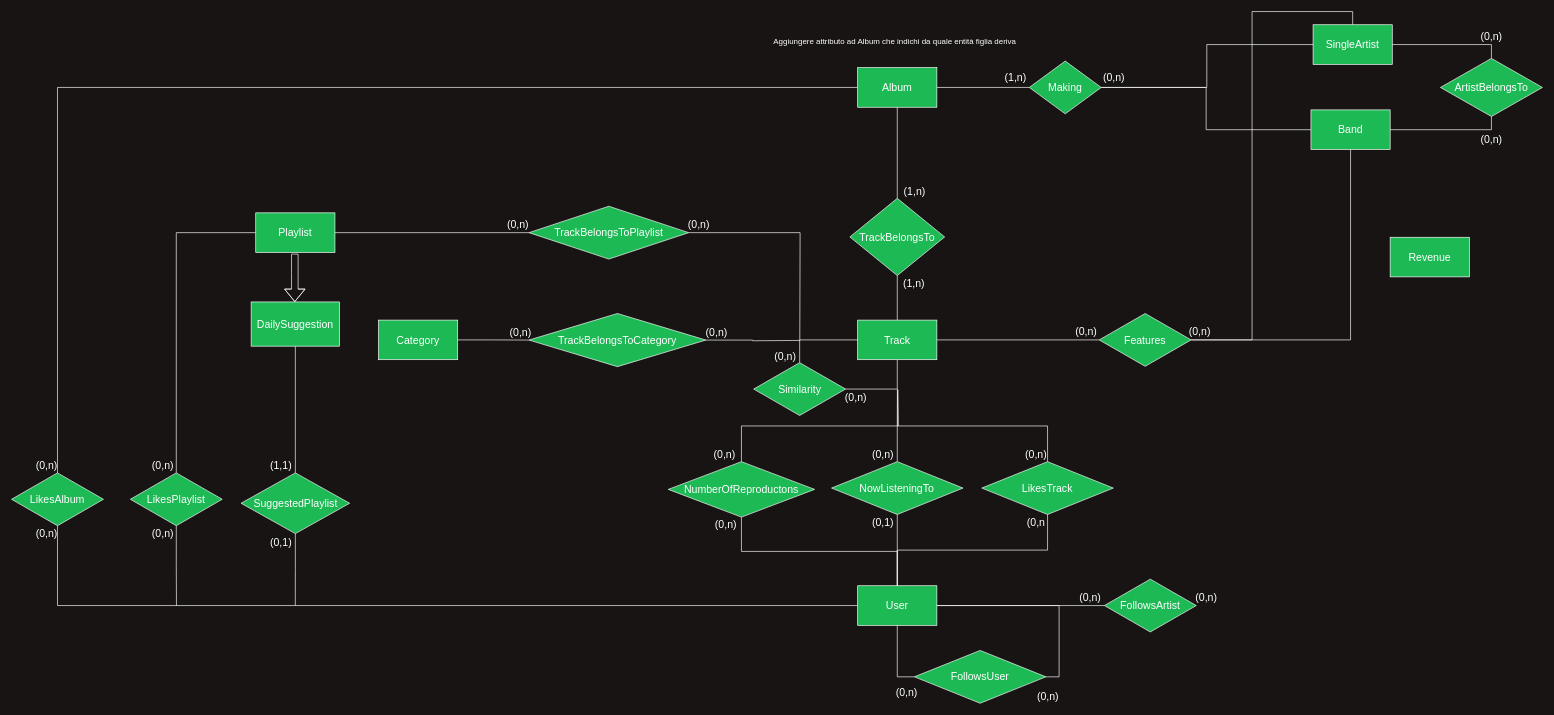
This is Documentazione/Restructured.drawio from gabrycina/spotify-clone, a draw.io file, before an edit. Source tidied: cells renumbered, new cells numbered last; positions are measured from the earlier drawing's top-left corner, leaving out a move shared by most shapes. Both pictures are drawn from the tidied source at 66%, with x=0, y=0 at pixel (11, 24).
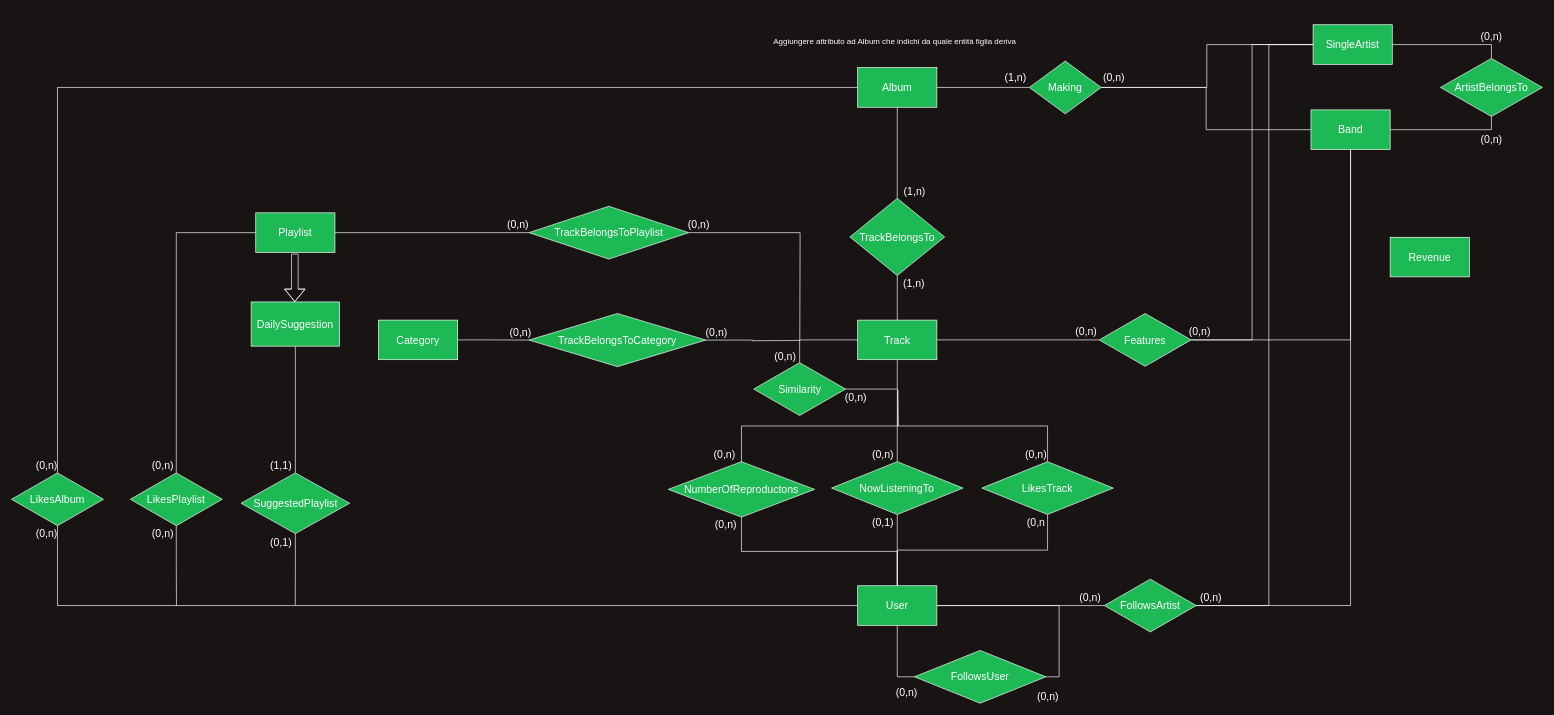
Above is the later version.

The change refers to these unchanged cells:
```xml
<mxCell id="8" value="&lt;font color=&quot;#ffffff&quot; style=&quot;font-size: 16px&quot;&gt;Band&lt;/font&gt;" style="rounded=0;whiteSpace=wrap;html=1;shadow=0;strokeColor=#FFFFFF;fillColor=#1DB954;gradientColor=none;" parent="1" vertex="1">
  <mxGeometry x="1968.8" y="129" width="120" height="60" as="geometry" />
</mxCell>
<mxCell id="12" value="&lt;font color=&quot;#ffffff&quot; style=&quot;font-size: 16px&quot;&gt;SingleArtist&lt;/font&gt;" style="rounded=0;whiteSpace=wrap;html=1;shadow=0;strokeColor=#FFFFFF;fillColor=#1DB954;gradientColor=none;" parent="1" vertex="1">
  <mxGeometry x="1972" width="120" height="60" as="geometry" />
</mxCell>
<mxCell id="33" value="Features" style="rhombus;whiteSpace=wrap;html=1;shadow=0;fontSize=16;fontColor=#FFFFFF;strokeColor=#FFFFFF;fillColor=#1DB954;gradientColor=none;" parent="1" vertex="1">
  <mxGeometry x="1648" y="437.5" width="139.2" height="80" as="geometry" />
</mxCell>
<mxCell id="68" value="FollowsArtist" style="rhombus;whiteSpace=wrap;html=1;shadow=0;fontSize=16;fontColor=#FFFFFF;strokeColor=#FFFFFF;fillColor=#1DB954;gradientColor=none;" parent="1" vertex="1">
  <mxGeometry x="1655.8" y="840" width="139.2" height="80" as="geometry" />
</mxCell>
```

The edit, as a diff of the source:
```diff
@@
-    <mxCell id="11" style="edgeStyle=orthogonalEdgeStyle;rounded=0;jettySize=auto;html=1;exitX=0.5;exitY=0;exitDx=0;exitDy=0;entryX=1;entryY=0.5;entryDx=0;entryDy=0;fontColor=#FFFFFF;endArrow=none;endFill=0;strokeColor=#FFFFFF;" parent="1" edge="1" source="12" target="33">
-      <mxGeometry relative="1" as="geometry" />
-    </mxCell>
@@
+    <mxCell id="90" style="edgeStyle=orthogonalEdgeStyle;rounded=0;jettySize=auto;html=1;exitX=1;exitY=0.5;exitDx=0;exitDy=0;entryX=0;entryY=0.5;entryDx=0;entryDy=0;endArrow=none;endFill=0;strokeColor=#FFFFFF;" parent="1" edge="1" source="33" target="12">
+      <mxGeometry relative="1" as="geometry" />
+    </mxCell>
@@
+    <mxCell id="91" style="edgeStyle=orthogonalEdgeStyle;rounded=0;jettySize=auto;html=1;exitX=1;exitY=0.5;exitDx=0;exitDy=0;entryX=0;entryY=0.5;entryDx=0;entryDy=0;endArrow=none;endFill=0;strokeColor=#FFFFFF;" parent="1" edge="1" source="68" target="12">
+      <mxGeometry relative="1" as="geometry">
+        <Array as="points">
+          <mxPoint x="1905" y="880" />
+          <mxPoint x="1905" y="30" />
+        </Array>
+      </mxGeometry>
+    </mxCell>
+    <mxCell id="92" style="edgeStyle=orthogonalEdgeStyle;rounded=0;jettySize=auto;html=1;exitX=1;exitY=0.5;exitDx=0;exitDy=0;entryX=0.5;entryY=1;entryDx=0;entryDy=0;endArrow=none;endFill=0;strokeColor=#FFFFFF;" parent="1" edge="1" source="68" target="8">
+      <mxGeometry relative="1" as="geometry">
+        <Array as="points">
+          <mxPoint x="2029" y="880" />
+        </Array>
+      </mxGeometry>
+    </mxCell>
@@
     <mxCell id="70" value="(0,n)" style="text;html=1;align=center;verticalAlign=middle;strokeColor=none;fillColor=none;fontSize=16;fontColor=#FFFFFF;" parent="1" vertex="1">
-      <mxGeometry x="1788.8" y="856" width="43" height="23" as="geometry" />
+      <mxGeometry x="1795" y="856" width="43" height="23" as="geometry" />
     </mxCell>
```
